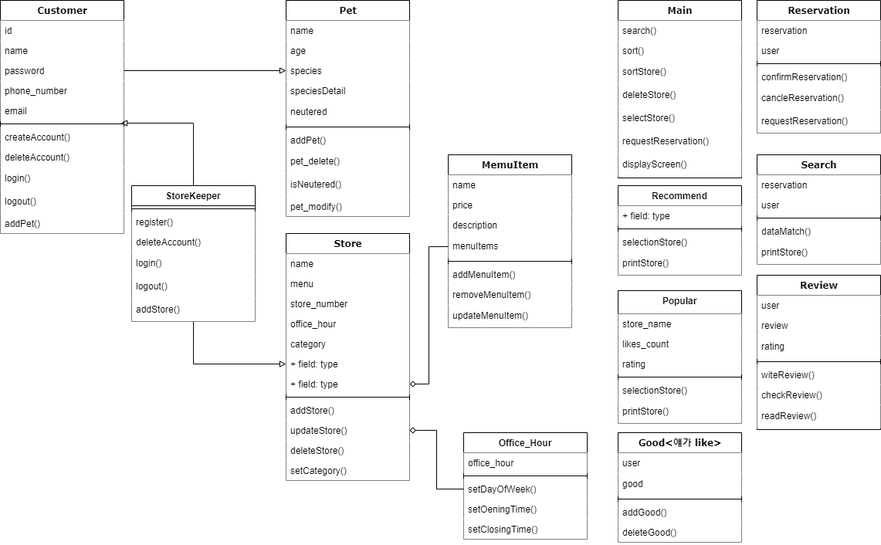
This is walkwith_class.drawio.png from dkwkckzk/data_test, a draw.io export, as it was before one commit. Source tidied: cells renumbered, new cells last; positions are measured from the earlier drawing's top-left corner, leaving out a move shared by most shapes.
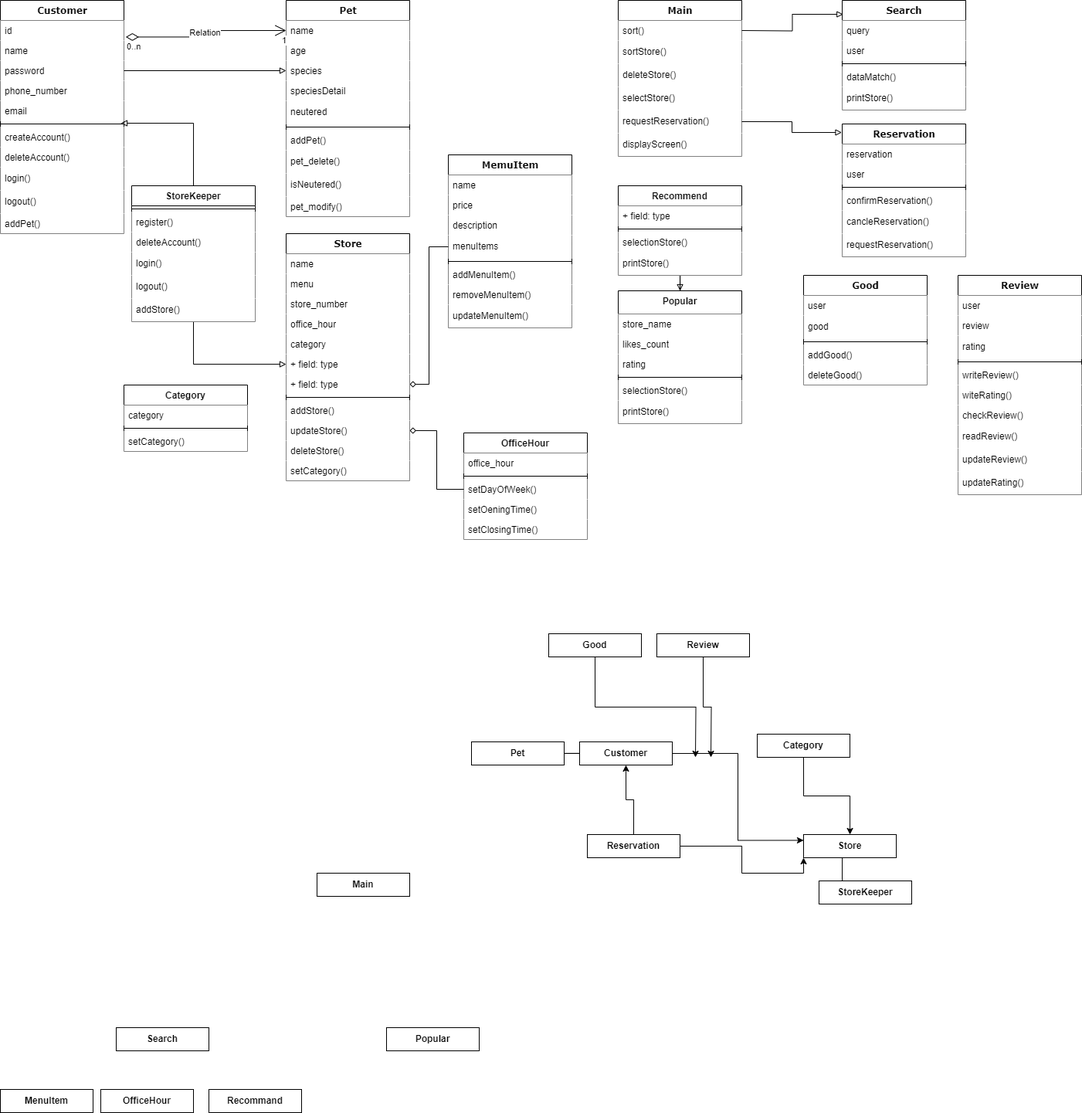
The same file after the commit.

The edit, as a diff of the source:
```diff
@@ -111,28 +111,25 @@
       <mxGeometry y="294" width="160" height="26" as="geometry" />
     </mxCell>
     <mxCell id="38" value="Main" style="swimlane;html=1;fontStyle=1;align=center;verticalAlign=top;horizontal=1;startSize=26;swimlaneFillColor=#ffffff;rounded=0;shadow=0;comic=0;labelBackgroundColor=none;strokeWidth=1;fillColor=default;fontFamily=Verdana;fontSize=12;" parent="1" vertex="1">
-      <mxGeometry x="800" width="160" height="230" as="geometry" />
+      <mxGeometry x="800" width="160" height="202" as="geometry" />
     </mxCell>
-    <mxCell id="39" value="search()" style="text;html=1;strokeColor=none;fillColor=default;align=left;verticalAlign=top;spacingLeft=4;spacingRight=4;whiteSpace=wrap;overflow=hidden;" parent="38" vertex="1">
-      <mxGeometry y="26" width="160" height="26" as="geometry" />
-    </mxCell>
     <mxCell id="40" value="sort()" style="text;html=1;strokeColor=none;fillColor=default;align=left;verticalAlign=top;spacingLeft=4;spacingRight=4;whiteSpace=wrap;overflow=hidden;" parent="38" vertex="1">
-      <mxGeometry y="52" width="160" height="26" as="geometry" />
+      <mxGeometry y="26" width="160" height="26" as="geometry" />
     </mxCell>
     <mxCell id="41" value="sortStore()" style="text;strokeColor=none;fillColor=default;align=left;verticalAlign=middle;spacingLeft=4;spacingRight=4;overflow=hidden;whiteSpace=wrap;html=1;" parent="38" vertex="1">
-      <mxGeometry y="78" width="160" height="30" as="geometry" />
+      <mxGeometry y="52" width="160" height="30" as="geometry" />
     </mxCell>
     <mxCell id="42" value="deleteStore()" style="text;strokeColor=none;fillColor=default;align=left;verticalAlign=middle;spacingLeft=4;spacingRight=4;overflow=hidden;whiteSpace=wrap;html=1;" parent="38" vertex="1">
-      <mxGeometry y="108" width="160" height="30" as="geometry" />
+      <mxGeometry y="82" width="160" height="30" as="geometry" />
     </mxCell>
     <mxCell id="43" value="selectStore()" style="text;strokeColor=none;fillColor=default;align=left;verticalAlign=middle;spacingLeft=4;spacingRight=4;overflow=hidden;whiteSpace=wrap;html=1;" parent="38" vertex="1">
-      <mxGeometry y="138" width="160" height="30" as="geometry" />
+      <mxGeometry y="112" width="160" height="30" as="geometry" />
     </mxCell>
     <mxCell id="44" value="requestReservation()" style="text;strokeColor=none;fillColor=default;align=left;verticalAlign=middle;spacingLeft=4;spacingRight=4;overflow=hidden;points=[[0,0.5],[1,0.5]];portConstraint=eastwest;whiteSpace=wrap;html=1;" parent="38" vertex="1">
-      <mxGeometry y="168" width="160" height="30" as="geometry" />
+      <mxGeometry y="142" width="160" height="30" as="geometry" />
     </mxCell>
     <mxCell id="45" value="displayScreen()" style="text;strokeColor=none;fillColor=default;align=left;verticalAlign=middle;spacingLeft=4;spacingRight=4;overflow=hidden;whiteSpace=wrap;html=1;" parent="38" vertex="1">
-      <mxGeometry y="198" width="160" height="30" as="geometry" />
+      <mxGeometry y="172" width="160" height="30" as="geometry" />
     </mxCell>
     <mxCell id="46" value="MemuItem" style="swimlane;html=1;fontStyle=1;align=center;verticalAlign=top;horizontal=1;startSize=26;swimlaneFillColor=#ffffff;rounded=0;shadow=0;comic=0;labelBackgroundColor=none;strokeWidth=1;fillColor=default;fontFamily=Verdana;fontSize=12;" parent="1" vertex="1">
       <mxGeometry x="580" y="200" width="160" height="224" as="geometry" />
@@ -162,7 +159,7 @@
       <mxGeometry y="194" width="160" height="30" as="geometry" />
     </mxCell>
     <mxCell id="55" value="Reservation" style="swimlane;html=1;fontStyle=1;align=center;verticalAlign=top;horizontal=1;startSize=26;swimlaneFillColor=#ffffff;rounded=0;shadow=0;comic=0;labelBackgroundColor=none;strokeWidth=1;fillColor=default;fontFamily=Verdana;fontSize=12;" parent="1" vertex="1">
-      <mxGeometry x="980" width="160" height="172" as="geometry" />
+      <mxGeometry x="1090" y="160" width="160" height="172" as="geometry" />
     </mxCell>
     <mxCell id="56" value="reservation" style="text;html=1;strokeColor=none;fillColor=default;align=left;verticalAlign=top;spacingLeft=4;spacingRight=4;whiteSpace=wrap;overflow=hidden;" parent="55" vertex="1">
       <mxGeometry y="26" width="160" height="26" as="geometry" />
@@ -183,7 +180,7 @@
       <mxGeometry y="142" width="160" height="30" as="geometry" />
     </mxCell>
     <mxCell id="62" value="Review" style="swimlane;html=1;fontStyle=1;align=center;verticalAlign=top;horizontal=1;startSize=26;swimlaneFillColor=#ffffff;rounded=0;shadow=0;comic=0;labelBackgroundColor=none;strokeWidth=1;fillColor=default;fontFamily=Verdana;fontSize=12;" parent="1" vertex="1">
-      <mxGeometry x="980" y="356" width="160" height="200" as="geometry" />
+      <mxGeometry x="1240" y="356" width="160" height="284" as="geometry" />
     </mxCell>
     <mxCell id="63" value="user" style="text;html=1;strokeColor=none;fillColor=default;align=left;verticalAlign=top;spacingLeft=4;spacingRight=4;whiteSpace=wrap;overflow=hidden;" parent="62" vertex="1">
       <mxGeometry y="26" width="160" height="26" as="geometry" />
@@ -197,15 +194,24 @@
     <mxCell id="66" style="line;html=1;strokeWidth=1;fillColor=default;align=left;verticalAlign=middle;spacingTop=-1;spacingLeft=3;spacingRight=3;labelPosition=right;" parent="62" vertex="1">
       <mxGeometry y="108" width="160" height="8" as="geometry" />
     </mxCell>
-    <mxCell id="67" value="witeReview()" style="text;html=1;strokeColor=none;fillColor=default;align=left;verticalAlign=top;spacingLeft=4;spacingRight=4;whiteSpace=wrap;overflow=hidden;" parent="62" vertex="1">
+    <mxCell id="67" value="writeReview()" style="text;html=1;strokeColor=none;fillColor=default;align=left;verticalAlign=top;spacingLeft=4;spacingRight=4;whiteSpace=wrap;overflow=hidden;" parent="62" vertex="1">
       <mxGeometry y="116" width="160" height="26" as="geometry" />
     </mxCell>
+    <mxCell id="112" value="witeRating()" style="text;html=1;strokeColor=none;fillColor=default;align=left;verticalAlign=top;spacingLeft=4;spacingRight=4;whiteSpace=wrap;overflow=hidden;" parent="62" vertex="1">
+      <mxGeometry y="142" width="160" height="26" as="geometry" />
+    </mxCell>
     <mxCell id="68" value="checkReview()" style="text;html=1;strokeColor=none;fillColor=default;align=left;verticalAlign=top;spacingLeft=4;spacingRight=4;whiteSpace=wrap;overflow=hidden;" parent="62" vertex="1">
-      <mxGeometry y="142" width="160" height="26" as="geometry" />
+      <mxGeometry y="168" width="160" height="26" as="geometry" />
     </mxCell>
     <mxCell id="69" value="readReview()" style="text;strokeColor=none;fillColor=default;align=left;verticalAlign=middle;spacingLeft=4;spacingRight=4;overflow=hidden;whiteSpace=wrap;html=1;" parent="62" vertex="1">
-      <mxGeometry y="168" width="160" height="30" as="geometry" />
+      <mxGeometry y="194" width="160" height="30" as="geometry" />
     </mxCell>
+    <mxCell id="113" value="updateReview()" style="text;strokeColor=none;fillColor=default;align=left;verticalAlign=middle;spacingLeft=4;spacingRight=4;overflow=hidden;whiteSpace=wrap;html=1;" parent="62" vertex="1">
+      <mxGeometry y="224" width="160" height="30" as="geometry" />
+    </mxCell>
+    <mxCell id="114" value="updateRating()" style="text;strokeColor=none;fillColor=default;align=left;verticalAlign=middle;spacingLeft=4;spacingRight=4;overflow=hidden;whiteSpace=wrap;html=1;" parent="62" vertex="1">
+      <mxGeometry y="254" width="160" height="30" as="geometry" />
+    </mxCell>
     <mxCell id="70" style="edgeStyle=orthogonalEdgeStyle;rounded=0;jettySize=auto;html=1;exitX=0.5;exitY=1;exitDx=0;exitDy=0;endArrow=block;endFill=0;" parent="1" edge="1" source="71" target="31">
       <mxGeometry relative="1" as="geometry" />
     </mxCell>
@@ -230,6 +236,9 @@
     <mxCell id="77" value="addStore()" style="text;strokeColor=none;fillColor=default;align=left;verticalAlign=middle;spacingLeft=4;spacingRight=4;overflow=hidden;whiteSpace=wrap;html=1;" parent="71" vertex="1">
       <mxGeometry y="146" width="160" height="30" as="geometry" />
     </mxCell>
+    <mxCell id="115" style="edgeStyle=orthogonalEdgeStyle;rounded=0;jettySize=auto;html=1;exitX=0.5;exitY=1;exitDx=0;exitDy=0;endArrow=block;endFill=0;" parent="1" edge="1" source="78" target="90">
+      <mxGeometry relative="1" as="geometry" />
+    </mxCell>
     <mxCell id="78" value="Recommend" style="swimlane;fontStyle=1;align=center;verticalAlign=top;horizontal=1;startSize=26;whiteSpace=wrap;html=1;fillColor=#FFFFFF;" parent="1" vertex="1">
       <mxGeometry x="800" y="240" width="160" height="116" as="geometry" />
     </mxCell>
@@ -248,8 +257,8 @@
     <mxCell id="83" style="edgeStyle=orthogonalEdgeStyle;rounded=0;jettySize=auto;html=1;exitX=0.5;exitY=0;exitDx=0;exitDy=0;entryX=0.975;entryY=0.375;entryDx=0;entryDy=0;entryPerimeter=0;endArrow=block;endFill=0;" parent="1" edge="1" source="71" target="8">
       <mxGeometry relative="1" as="geometry" />
     </mxCell>
-    <mxCell id="84" value="Good&amp;lt;얘가 like&amp;gt;" style="swimlane;html=1;fontStyle=1;align=center;verticalAlign=top;horizontal=1;startSize=26;swimlaneFillColor=#ffffff;rounded=0;shadow=0;comic=0;labelBackgroundColor=none;strokeWidth=1;fillColor=default;fontFamily=Verdana;fontSize=12;" parent="1" vertex="1">
-      <mxGeometry x="800" y="560" width="160" height="142" as="geometry" />
+    <mxCell id="84" value="Good" style="swimlane;html=1;fontStyle=1;align=center;verticalAlign=top;horizontal=1;startSize=26;swimlaneFillColor=#ffffff;rounded=0;shadow=0;comic=0;labelBackgroundColor=none;strokeWidth=1;fillColor=default;fontFamily=Verdana;fontSize=12;" parent="1" vertex="1">
+      <mxGeometry x="1040" y="356" width="160" height="142" as="geometry" />
     </mxCell>
     <mxCell id="85" value="user" style="text;html=1;strokeColor=none;fillColor=default;align=left;verticalAlign=top;spacingLeft=4;spacingRight=4;whiteSpace=wrap;overflow=hidden;" parent="84" vertex="1">
       <mxGeometry y="26" width="160" height="26" as="geometry" />
@@ -288,9 +297,9 @@
       <mxGeometry y="142" width="160" height="30" as="geometry" />
     </mxCell>
     <mxCell id="97" value="Search" style="swimlane;html=1;fontStyle=1;align=center;verticalAlign=top;horizontal=1;startSize=26;swimlaneFillColor=#ffffff;rounded=0;shadow=0;comic=0;labelBackgroundColor=none;strokeWidth=1;fillColor=default;fontFamily=Verdana;fontSize=12;" parent="1" vertex="1">
-      <mxGeometry x="980" y="200" width="160" height="142" as="geometry" />
+      <mxGeometry x="1090" width="160" height="142" as="geometry" />
     </mxCell>
-    <mxCell id="98" value="reservation" style="text;html=1;strokeColor=none;fillColor=default;align=left;verticalAlign=top;spacingLeft=4;spacingRight=4;whiteSpace=wrap;overflow=hidden;" parent="97" vertex="1">
+    <mxCell id="98" value="query" style="text;html=1;strokeColor=none;fillColor=default;align=left;verticalAlign=top;spacingLeft=4;spacingRight=4;whiteSpace=wrap;overflow=hidden;" parent="97" vertex="1">
       <mxGeometry y="26" width="160" height="26" as="geometry" />
     </mxCell>
     <mxCell id="99" value="user" style="text;html=1;strokeColor=none;fillColor=default;align=left;verticalAlign=top;spacingLeft=4;spacingRight=4;whiteSpace=wrap;overflow=hidden;" parent="97" vertex="1">
@@ -311,7 +320,7 @@
     <mxCell id="104" style="edgeStyle=orthogonalEdgeStyle;rounded=0;jettySize=auto;html=1;exitX=0;exitY=0.5;exitDx=0;exitDy=0;entryX=1;entryY=0.5;entryDx=0;entryDy=0;endArrow=diamond;endFill=0;" parent="1" edge="1" source="50" target="32">
       <mxGeometry relative="1" as="geometry" />
     </mxCell>
-    <mxCell id="105" value="Office_Hour" style="swimlane;fontStyle=1;align=center;verticalAlign=top;horizontal=1;startSize=26;whiteSpace=wrap;html=1;fillColor=#FFFFFF;" parent="1" vertex="1">
+    <mxCell id="105" value="OfficeHour" style="swimlane;fontStyle=1;align=center;verticalAlign=top;horizontal=1;startSize=26;whiteSpace=wrap;html=1;fillColor=#FFFFFF;" parent="1" vertex="1">
       <mxGeometry x="600" y="560" width="160" height="138" as="geometry" />
     </mxCell>
     <mxCell id="106" value="office_hour" style="text;strokeColor=none;fillColor=default;align=left;verticalAlign=top;spacingLeft=4;spacingRight=4;overflow=hidden;whiteSpace=wrap;html=1;" parent="105" vertex="1">
@@ -332,5 +341,104 @@
     <mxCell id="111" style="edgeStyle=orthogonalEdgeStyle;rounded=0;jettySize=auto;html=1;exitX=0;exitY=0.5;exitDx=0;exitDy=0;entryX=1;entryY=0.5;entryDx=0;entryDy=0;endArrow=diamond;endFill=0;" parent="1" edge="1" source="108" target="35">
       <mxGeometry relative="1" as="geometry" />
     </mxCell>
+    <mxCell id="116" style="edgeStyle=orthogonalEdgeStyle;rounded=0;jettySize=auto;html=1;exitX=1;exitY=0.5;exitDx=0;exitDy=0;entryX=0.008;entryY=0.127;entryDx=0;entryDy=0;entryPerimeter=0;endArrow=block;endFill=0;" parent="1" edge="1" target="97">
+      <mxGeometry relative="1" as="geometry">
+        <mxPoint x="960" y="39" as="sourcePoint" />
+      </mxGeometry>
+    </mxCell>
+    <mxCell id="117" style="edgeStyle=orthogonalEdgeStyle;rounded=0;jettySize=auto;html=1;exitX=1;exitY=0.5;exitDx=0;exitDy=0;entryX=-0.003;entryY=0.064;entryDx=0;entryDy=0;entryPerimeter=0;endArrow=block;endFill=0;" parent="1" edge="1" source="44" target="55">
+      <mxGeometry relative="1" as="geometry" />
+    </mxCell>
+    <mxCell id="118" value="Category" style="swimlane;fontStyle=1;align=center;verticalAlign=top;horizontal=1;startSize=26;whiteSpace=wrap;html=1;fillColor=#FFFFFF;" parent="1" vertex="1">
+      <mxGeometry x="160" y="498" width="160" height="86" as="geometry" />
+    </mxCell>
+    <mxCell id="119" value="category" style="text;strokeColor=none;fillColor=default;align=left;verticalAlign=top;spacingLeft=4;spacingRight=4;overflow=hidden;whiteSpace=wrap;html=1;" parent="118" vertex="1">
+      <mxGeometry y="26" width="160" height="26" as="geometry" />
+    </mxCell>
+    <mxCell id="120" style="line;strokeWidth=1;fillColor=default;align=left;verticalAlign=middle;spacingTop=-1;spacingLeft=3;spacingRight=3;labelPosition=right;strokeColor=inherit;" parent="118" vertex="1">
+      <mxGeometry y="52" width="160" height="8" as="geometry" />
+    </mxCell>
+    <mxCell id="121" value="setCategory()" style="text;strokeColor=none;fillColor=default;align=left;verticalAlign=top;spacingLeft=4;spacingRight=4;overflow=hidden;whiteSpace=wrap;html=1;" parent="118" vertex="1">
+      <mxGeometry y="60" width="160" height="26" as="geometry" />
+    </mxCell>
+    <mxCell id="122" value="Relation" style="endArrow=open;html=1;endSize=12;startArrow=diamondThin;startSize=14;startFill=0;edgeStyle=orthogonalEdgeStyle;rounded=0;entryX=0;entryY=0.5;entryDx=0;entryDy=0;exitX=1.015;exitY=-0.176;exitDx=0;exitDy=0;exitPerimeter=0;" parent="1" edge="1" source="4" target="15">
+      <mxGeometry relative="1" as="geometry" />
+    </mxCell>
+    <mxCell id="123" value="0..n" style="edgeLabel;html=1;align=left;verticalAlign=top;" parent="122" vertex="1">
+      <mxGeometry x="-1" relative="1" as="geometry" />
+    </mxCell>
+    <mxCell id="124" value="1" style="edgeLabel;html=1;align=right;verticalAlign=top;" parent="122" vertex="1">
+      <mxGeometry x="1" relative="1" as="geometry" />
+    </mxCell>
+    <mxCell id="125" style="edgeStyle=orthogonalEdgeStyle;rounded=0;jettySize=auto;html=1;exitX=1;exitY=0.5;exitDx=0;exitDy=0;entryX=0;entryY=0.25;entryDx=0;entryDy=0;" parent="1" edge="1" source="126" target="129">
+      <mxGeometry relative="1" as="geometry" />
+    </mxCell>
+    <mxCell id="126" value="Customer" style="rounded=0;whiteSpace=wrap;html=1;fontStyle=1;" parent="1" vertex="1">
+      <mxGeometry x="750" y="960" width="120" height="30" as="geometry" />
+    </mxCell>
+    <mxCell id="127" value="StoreKeeper" style="rounded=0;whiteSpace=wrap;html=1;fontStyle=1;" parent="1" vertex="1">
+      <mxGeometry x="1060" y="1140" width="120" height="30" as="geometry" />
+    </mxCell>
+    <mxCell id="128" style="edgeStyle=orthogonalEdgeStyle;rounded=0;jettySize=auto;html=1;exitX=0.5;exitY=1;exitDx=0;exitDy=0;entryX=0.25;entryY=0;entryDx=0;entryDy=0;endArrow=none;endFill=0;" parent="1" edge="1" source="129" target="127">
+      <mxGeometry relative="1" as="geometry" />
+    </mxCell>
+    <mxCell id="129" value="Store" style="rounded=0;whiteSpace=wrap;html=1;fontStyle=1;" parent="1" vertex="1">
+      <mxGeometry x="1040" y="1080" width="120" height="30" as="geometry" />
+    </mxCell>
+    <mxCell id="130" style="edgeStyle=orthogonalEdgeStyle;rounded=0;jettySize=auto;html=1;exitX=0.5;exitY=1;exitDx=0;exitDy=0;" parent="1" edge="1" source="131" target="129">
+      <mxGeometry relative="1" as="geometry" />
+    </mxCell>
+    <mxCell id="131" value="Category" style="rounded=0;whiteSpace=wrap;html=1;fontStyle=1;" parent="1" vertex="1">
+      <mxGeometry x="980" y="950" width="120" height="30" as="geometry" />
+    </mxCell>
+    <mxCell id="132" value="OfficeHour" style="rounded=0;whiteSpace=wrap;html=1;fontStyle=1;" parent="1" vertex="1">
+      <mxGeometry x="130" y="1410" width="120" height="30" as="geometry" />
+    </mxCell>
+    <mxCell id="133" value="MenuItem" style="rounded=0;whiteSpace=wrap;html=1;fontStyle=1;" parent="1" vertex="1">
+      <mxGeometry y="1410" width="120" height="30" as="geometry" />
+    </mxCell>
+    <mxCell id="134" value="Recommand" style="rounded=0;whiteSpace=wrap;html=1;fontStyle=1;" parent="1" vertex="1">
+      <mxGeometry x="270" y="1410" width="120" height="30" as="geometry" />
+    </mxCell>
+    <mxCell id="135" value="Popular" style="rounded=0;whiteSpace=wrap;html=1;fontStyle=1;" parent="1" vertex="1">
+      <mxGeometry x="500" y="1330" width="120" height="30" as="geometry" />
+    </mxCell>
+    <mxCell id="136" style="edgeStyle=orthogonalEdgeStyle;rounded=0;jettySize=auto;html=1;exitX=0.5;exitY=1;exitDx=0;exitDy=0;" parent="1" edge="1" source="137">
+      <mxGeometry relative="1" as="geometry">
+        <mxPoint x="920" y="980" as="targetPoint" />
+      </mxGeometry>
+    </mxCell>
+    <mxCell id="137" value="Review" style="rounded=0;whiteSpace=wrap;html=1;fontStyle=1;" parent="1" vertex="1">
+      <mxGeometry x="850" y="820" width="120" height="30" as="geometry" />
+    </mxCell>
+    <mxCell id="138" style="edgeStyle=orthogonalEdgeStyle;rounded=0;jettySize=auto;html=1;exitX=0.5;exitY=1;exitDx=0;exitDy=0;" parent="1" edge="1" source="139">
+      <mxGeometry relative="1" as="geometry">
+        <mxPoint x="900" y="980" as="targetPoint" />
+      </mxGeometry>
+    </mxCell>
+    <mxCell id="139" value="Good" style="rounded=0;whiteSpace=wrap;html=1;fontStyle=1;" parent="1" vertex="1">
+      <mxGeometry x="710" y="820" width="120" height="30" as="geometry" />
+    </mxCell>
+    <mxCell id="140" style="edgeStyle=orthogonalEdgeStyle;rounded=0;jettySize=auto;html=1;exitX=0.5;exitY=0;exitDx=0;exitDy=0;entryX=0.5;entryY=1;entryDx=0;entryDy=0;" parent="1" edge="1" source="142" target="126">
+      <mxGeometry relative="1" as="geometry" />
+    </mxCell>
+    <mxCell id="141" style="edgeStyle=orthogonalEdgeStyle;rounded=0;jettySize=auto;html=1;exitX=1;exitY=0.5;exitDx=0;exitDy=0;entryX=0;entryY=1;entryDx=0;entryDy=0;" parent="1" edge="1" source="142" target="129">
+      <mxGeometry relative="1" as="geometry" />
+    </mxCell>
+    <mxCell id="142" value="Reservation" style="rounded=0;whiteSpace=wrap;html=1;fontStyle=1;" parent="1" vertex="1">
+      <mxGeometry x="760" y="1080" width="120" height="30" as="geometry" />
+    </mxCell>
+    <mxCell id="143" value="Search" style="rounded=0;whiteSpace=wrap;html=1;fontStyle=1;" parent="1" vertex="1">
+      <mxGeometry x="150" y="1330" width="120" height="30" as="geometry" />
+    </mxCell>
+    <mxCell id="144" value="Main" style="rounded=0;whiteSpace=wrap;html=1;fontStyle=1;" parent="1" vertex="1">
+      <mxGeometry x="410" y="1130" width="120" height="30" as="geometry" />
+    </mxCell>
+    <mxCell id="145" style="edgeStyle=orthogonalEdgeStyle;rounded=0;jettySize=auto;html=1;exitX=1;exitY=0.5;exitDx=0;exitDy=0;endArrow=none;endFill=0;" parent="1" edge="1" source="146" target="126">
+      <mxGeometry relative="1" as="geometry" />
+    </mxCell>
+    <mxCell id="146" value="Pet" style="rounded=0;whiteSpace=wrap;html=1;fontStyle=1;" parent="1" vertex="1">
+      <mxGeometry x="610" y="960" width="120" height="30" as="geometry" />
+    </mxCell>
   </root>
 </mxGraphModel>
```
